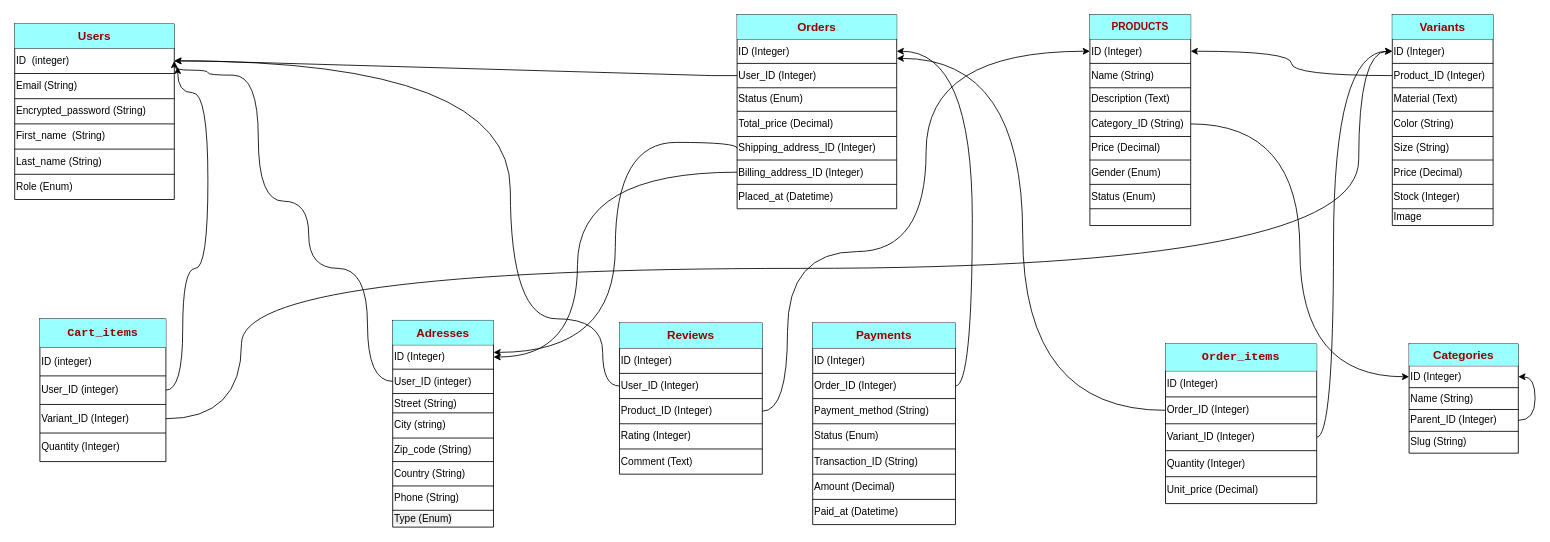
Earlier version of the draw.io diagram db/sanja.drawio (GodNZILA/Sanja). Source tidied: cells renumbered, new cells numbered last; positions are measured from the earlier drawing's top-left corner, leaving out a move shared by most shapes. Both pictures are drawn from the tidied source at 84%, with x=0, y=0 at pixel (14, 14).
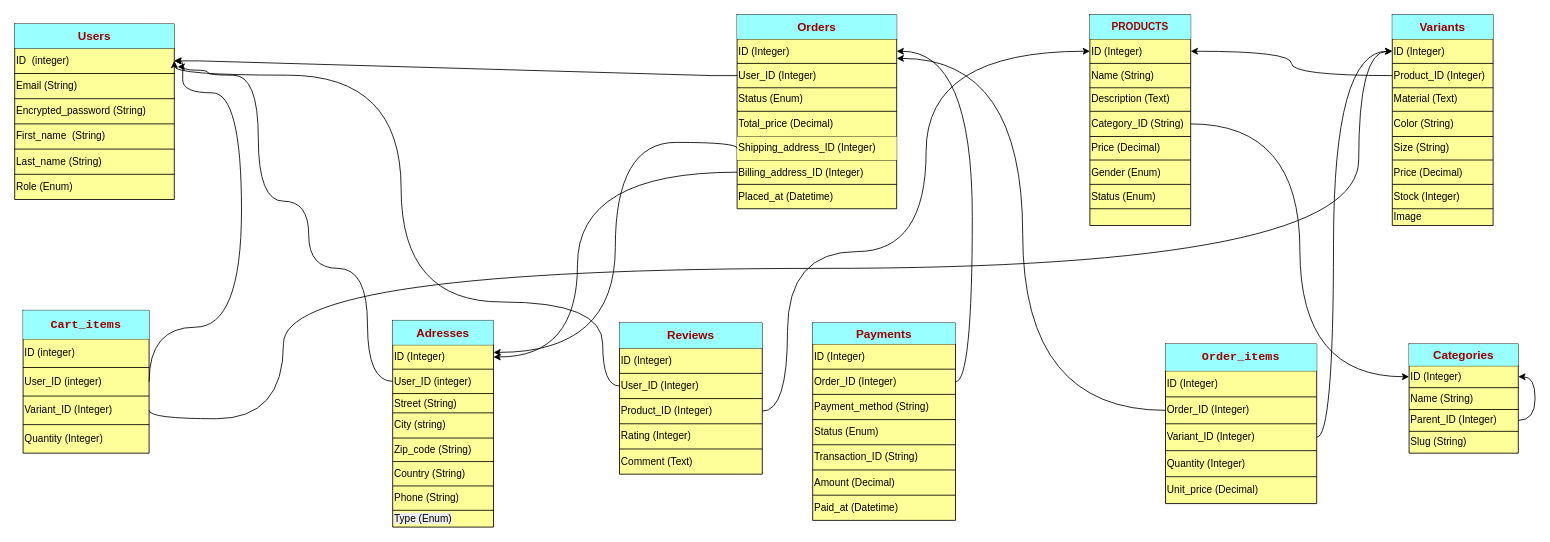
The same diagram, later.

Unchanged cells that the change refers to:
```xml
<mxCell id="24" style="shape=tableRow;horizontal=0;startSize=0;swimlaneHead=0;swimlaneBody=0;strokeColor=inherit;top=0;left=0;bottom=0;right=0;fillColor=none;points=[[0,0.5],[1,0.5]];portConstraint=eastwest;" parent="21" vertex="1">
  <mxGeometry y="29" width="120" height="29" as="geometry" />
</mxCell>
<mxCell id="55" style="shape=tableRow;horizontal=0;startSize=0;swimlaneHead=0;swimlaneBody=0;strokeColor=inherit;top=0;left=0;bottom=0;right=0;fillColor=none;points=[[0,0.5],[1,0.5]];portConstraint=eastwest;" parent="52" vertex="1">
  <mxGeometry y="29" width="190" height="30" as="geometry" />
</mxCell>
<mxCell id="72" style="shape=tableRow;horizontal=0;startSize=0;swimlaneHead=0;swimlaneBody=0;strokeColor=inherit;top=0;left=0;bottom=0;right=0;fillColor=none;points=[[0,0.5],[1,0.5]];portConstraint=eastwest;" parent="67" vertex="1">
  <mxGeometry y="68" width="150" height="34" as="geometry" />
</mxCell>
<mxCell id="74" style="shape=tableRow;horizontal=0;startSize=0;swimlaneHead=0;swimlaneBody=0;strokeColor=inherit;top=0;left=0;bottom=0;right=0;fillColor=none;points=[[0,0.5],[1,0.5]];portConstraint=eastwest;" parent="67" vertex="1">
  <mxGeometry y="102" width="150" height="34" as="geometry" />
</mxCell>
<mxCell id="102" style="shape=tableRow;horizontal=0;startSize=0;swimlaneHead=0;swimlaneBody=0;strokeColor=inherit;top=0;left=0;bottom=0;right=0;fillColor=none;points=[[0,0.5],[1,0.5]];portConstraint=eastwest;" parent="91" vertex="1">
  <mxGeometry y="145" width="190" height="28" as="geometry" />
</mxCell>
<mxCell id="113" style="shape=tableRow;horizontal=0;startSize=0;swimlaneHead=0;swimlaneBody=0;strokeColor=inherit;top=0;left=0;bottom=0;right=0;fillColor=none;points=[[0,0.5],[1,0.5]];portConstraint=eastwest;" parent="108" vertex="1">
  <mxGeometry y="58" width="120" height="29" as="geometry" />
</mxCell>
<mxCell id="149" style="shape=tableRow;horizontal=0;startSize=0;swimlaneHead=0;swimlaneBody=0;strokeColor=inherit;top=0;left=0;bottom=0;right=0;fillColor=none;points=[[0,0.5],[1,0.5]];portConstraint=eastwest;" parent="144" vertex="1">
  <mxGeometry y="60" width="170" height="30" as="geometry" />
</mxCell>
```

What changed in the source:
```diff
@@
-    <mxCell id="2" style="shape=table;startSize=0;childLayout=tableLayout;" parent="1" vertex="1">
+    <mxCell id="2" style="shape=table;startSize=0;childLayout=tableLayout;fillColor=#FFFF99;" parent="1" vertex="1">
       <mxGeometry x="1280" width="120" height="251" as="geometry" />
     </mxCell>
@@
-    <mxCell id="21" style="shape=table;startSize=0;childLayout=tableLayout;" parent="1" vertex="1">
+    <mxCell id="21" style="shape=table;startSize=0;childLayout=tableLayout;fillColor=#FFFF99;" parent="1" vertex="1">
       <mxGeometry x="1640" width="120" height="251" as="geometry" />
     </mxCell>
@@
-    <mxCell id="40" style="shape=table;startSize=0;childLayout=tableLayout;" parent="1" vertex="1">
+    <mxCell id="40" style="shape=table;startSize=0;childLayout=tableLayout;fillColor=#FFFF99;" parent="1" vertex="1">
       <mxGeometry x="1660" y="392" width="130" height="130" as="geometry" />
     </mxCell>
@@
-    <mxCell id="52" style="shape=table;startSize=0;childLayout=tableLayout;" parent="1" vertex="1">
+    <mxCell id="52" style="shape=table;startSize=0;childLayout=tableLayout;fillColor=#FFFF99;" parent="1" vertex="1">
       <mxGeometry y="11" width="190" height="209" as="geometry" />
     </mxCell>
@@
-    <mxCell id="67" style="shape=table;startSize=0;childLayout=tableLayout;" parent="1" vertex="1">
-      <mxGeometry x="30" y="362" width="150" height="170" as="geometry" />
+    <mxCell id="67" style="shape=table;startSize=0;childLayout=tableLayout;fillColor=#FFFF99;" parent="1" vertex="1">
+      <mxGeometry x="10" y="352" width="150" height="170" as="geometry" />
     </mxCell>
@@
-    <mxCell id="78" style="shape=table;startSize=0;childLayout=tableLayout;" parent="1" vertex="1">
+    <mxCell id="78" style="shape=table;startSize=0;childLayout=tableLayout;fillColor=#FFFF99;" parent="1" vertex="1">
       <mxGeometry x="1370" y="392" width="180" height="190" as="geometry" />
     </mxCell>
@@
-    <mxCell id="91" style="shape=table;startSize=0;childLayout=tableLayout;" parent="1" vertex="1">
+    <mxCell id="91" style="shape=table;startSize=0;childLayout=tableLayout;fillColor=#FFFF99;" parent="1" vertex="1">
       <mxGeometry x="860" width="190" height="231" as="geometry" />
     </mxCell>
@@
-    <mxCell id="103" value="Shipping_address_ID (Integer)" style="shape=partialRectangle;html=1;whiteSpace=wrap;strokeColor=inherit;overflow=hidden;fillColor=none;top=0;left=0;bottom=0;right=0;align=left;" parent="102" vertex="1">
+    <mxCell id="103" value="Shipping_address_ID (Integer)" style="shape=partialRectangle;html=1;whiteSpace=wrap;strokeColor=inherit;overflow=hidden;fillColor=#FFFF99;top=0;left=0;bottom=0;right=0;align=left;" parent="102" vertex="1">
       <mxGeometry width="190" height="28" as="geometry" />
     </mxCell>
@@
-    <mxCell id="108" style="shape=table;startSize=0;childLayout=tableLayout;" parent="1" vertex="1">
+    <mxCell id="108" style="shape=table;startSize=0;childLayout=tableLayout;fillColor=#FFFF99;" parent="1" vertex="1">
       <mxGeometry x="450" y="364" width="120" height="246" as="geometry" />
     </mxCell>
@@
-    <mxCell id="127" style="shape=table;startSize=0;childLayout=tableLayout;" parent="1" vertex="1">
-      <mxGeometry x="950" y="367" width="170" height="240" as="geometry" />
+    <mxCell id="127" style="shape=table;startSize=0;childLayout=tableLayout;fillColor=#FFFF99;" parent="1" vertex="1">
+      <mxGeometry x="950" y="367" width="170" height="235" as="geometry" />
     </mxCell>
     <mxCell id="128" style="shape=tableRow;horizontal=0;startSize=0;swimlaneHead=0;swimlaneBody=0;strokeColor=inherit;top=0;left=0;bottom=0;right=0;fillColor=none;" parent="127" vertex="1">
-      <mxGeometry width="170" height="30" as="geometry" />
+      <mxGeometry width="170" height="25" as="geometry" />
     </mxCell>
     <mxCell id="129" value="&lt;b style=&quot;color: rgb(153, 0, 0);&quot;&gt;&lt;font style=&quot;font-size: 14px;&quot;&gt;Payments&lt;/font&gt;&lt;/b&gt;" style="shape=partialRectangle;html=1;whiteSpace=wrap;strokeColor=inherit;overflow=hidden;fillColor=#99FFFF;top=0;left=0;bottom=0;right=0;" parent="128" vertex="1">
-      <mxGeometry width="170" height="30" as="geometry" />
+      <mxGeometry width="170" height="25" as="geometry" />
     </mxCell>
     <mxCell id="130" style="shape=tableRow;horizontal=0;startSize=0;swimlaneHead=0;swimlaneBody=0;strokeColor=inherit;top=0;left=0;bottom=0;right=0;fillColor=none;" parent="127" vertex="1">
-      <mxGeometry y="30" width="170" height="30" as="geometry" />
+      <mxGeometry y="25" width="170" height="30" as="geometry" />
     </mxCell>
@@
     <mxCell id="132" style="shape=tableRow;horizontal=0;startSize=0;swimlaneHead=0;swimlaneBody=0;strokeColor=inherit;top=0;left=0;bottom=0;right=0;fillColor=none;points=[[0,0.5],[1,0.5]];portConstraint=eastwest;" parent="127" vertex="1">
-      <mxGeometry y="60" width="170" height="30" as="geometry" />
+      <mxGeometry y="55" width="170" height="30" as="geometry" />
     </mxCell>
@@
     <mxCell id="134" style="shape=tableRow;horizontal=0;startSize=0;swimlaneHead=0;swimlaneBody=0;strokeColor=inherit;top=0;left=0;bottom=0;right=0;fillColor=none;" parent="127" vertex="1">
-      <mxGeometry y="90" width="170" height="30" as="geometry" />
+      <mxGeometry y="85" width="170" height="30" as="geometry" />
     </mxCell>
@@
     <mxCell id="136" style="shape=tableRow;horizontal=0;startSize=0;swimlaneHead=0;swimlaneBody=0;strokeColor=inherit;top=0;left=0;bottom=0;right=0;fillColor=none;" parent="127" vertex="1">
-      <mxGeometry y="120" width="170" height="30" as="geometry" />
+      <mxGeometry y="115" width="170" height="30" as="geometry" />
     </mxCell>
@@
     <mxCell id="138" style="shape=tableRow;horizontal=0;startSize=0;swimlaneHead=0;swimlaneBody=0;strokeColor=inherit;top=0;left=0;bottom=0;right=0;fillColor=none;" parent="127" vertex="1">
-      <mxGeometry y="150" width="170" height="30" as="geometry" />
+      <mxGeometry y="145" width="170" height="30" as="geometry" />
     </mxCell>
@@
     <mxCell id="140" style="shape=tableRow;horizontal=0;startSize=0;swimlaneHead=0;swimlaneBody=0;strokeColor=inherit;top=0;left=0;bottom=0;right=0;fillColor=none;" parent="127" vertex="1">
-      <mxGeometry y="180" width="170" height="30" as="geometry" />
+      <mxGeometry y="175" width="170" height="30" as="geometry" />
     </mxCell>
@@
     <mxCell id="142" style="shape=tableRow;horizontal=0;startSize=0;swimlaneHead=0;swimlaneBody=0;strokeColor=inherit;top=0;left=0;bottom=0;right=0;fillColor=none;" parent="127" vertex="1">
-      <mxGeometry y="210" width="170" height="30" as="geometry" />
+      <mxGeometry y="205" width="170" height="30" as="geometry" />
     </mxCell>
@@
-    <mxCell id="144" style="shape=table;startSize=0;childLayout=tableLayout;" parent="1" vertex="1">
+    <mxCell id="144" style="shape=table;startSize=0;childLayout=tableLayout;fillColor=#FFFF99;" parent="1" vertex="1">
       <mxGeometry x="720" y="367" width="170" height="180" as="geometry" />
     </mxCell>
@@
     <mxCell id="158" style="edgeStyle=orthogonalEdgeStyle;curved=1;rounded=0;jettySize=auto;html=1;exitX=1;exitY=0.5;exitDx=0;exitDy=0;entryX=1.021;entryY=0.733;entryDx=0;entryDy=0;entryPerimeter=0;" parent="1" edge="1" source="72" target="55">
       <mxGeometry relative="1" as="geometry">
         <Array as="points">
-          <mxPoint x="200" y="447" />
-          <mxPoint x="200" y="302" />
-          <mxPoint x="230" y="302" />
-          <mxPoint x="230" y="93" />
+          <mxPoint x="160" y="372" />
+          <mxPoint x="270" y="372" />
+          <mxPoint x="270" y="93" />
+          <mxPoint x="200" y="93" />
+          <mxPoint x="200" y="62" />
         </Array>
       </mxGeometry>
     </mxCell>
     <mxCell id="159" style="edgeStyle=orthogonalEdgeStyle;curved=1;rounded=0;jettySize=auto;html=1;exitX=0;exitY=0.5;exitDx=0;exitDy=0;entryX=1;entryY=0.5;entryDx=0;entryDy=0;" parent="1" edge="1" source="113" target="55">
       <mxGeometry relative="1" as="geometry">
         <Array as="points">
           <mxPoint x="420" y="437" />
           <mxPoint x="420" y="302" />
           <mxPoint x="350" y="302" />
           <mxPoint x="350" y="222" />
           <mxPoint x="290" y="222" />
           <mxPoint x="290" y="72" />
           <mxPoint x="230" y="72" />
           <mxPoint x="230" y="66" />
-          <mxPoint x="190" y="66" />
+          <mxPoint x="200" y="66" />
+          <mxPoint x="200" y="55" />
         </Array>
       </mxGeometry>
     </mxCell>
     <mxCell id="160" style="edgeStyle=orthogonalEdgeStyle;curved=1;rounded=0;jettySize=auto;html=1;exitX=0;exitY=0.5;exitDx=0;exitDy=0;entryX=1;entryY=0.5;entryDx=0;entryDy=0;" parent="1" edge="1" source="149" target="55">
       <mxGeometry relative="1" as="geometry">
         <Array as="points">
           <mxPoint x="700" y="442" />
-          <mxPoint x="700" y="362" />
-          <mxPoint x="590" y="362" />
-          <mxPoint x="590" y="55" />
+          <mxPoint x="700" y="342" />
+          <mxPoint x="460" y="342" />
+          <mxPoint x="460" y="72" />
+          <mxPoint x="190" y="72" />
         </Array>
       </mxGeometry>
     </mxCell>
@@
     <mxCell id="162" style="edgeStyle=orthogonalEdgeStyle;curved=1;rounded=0;jettySize=auto;html=1;exitX=1;exitY=0.5;exitDx=0;exitDy=0;entryX=0;entryY=0.5;entryDx=0;entryDy=0;" parent="1" edge="1" source="74" target="24">
       <mxGeometry relative="1" as="geometry">
         <Array as="points">
-          <mxPoint x="270" y="481" />
-          <mxPoint x="270" y="302" />
+          <mxPoint x="160" y="481" />
+          <mxPoint x="320" y="481" />
+          <mxPoint x="320" y="302" />
           <mxPoint x="1600" y="302" />
-          <mxPoint x="1600" y="43" />
+          <mxPoint x="1600" y="44" />
         </Array>
       </mxGeometry>
     </mxCell>
```
